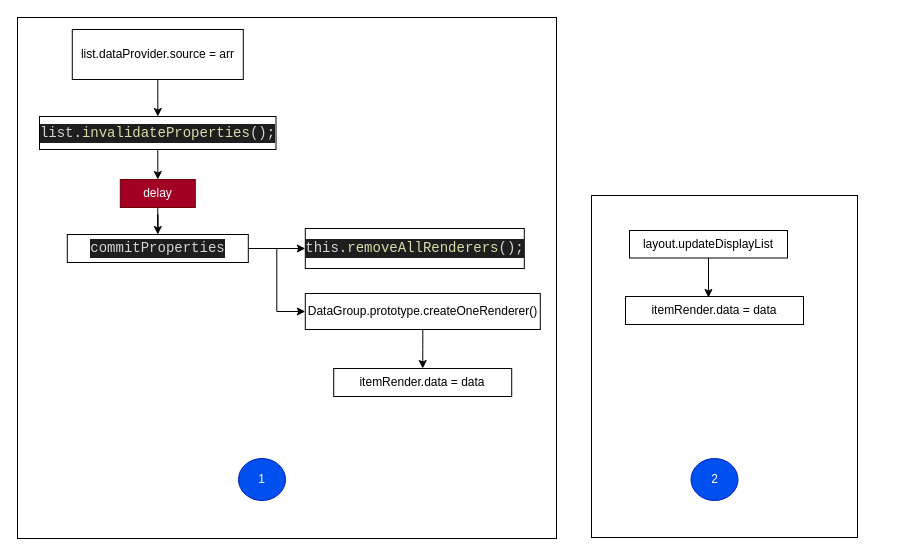
This is page "list.dataProvider.source" (4 of 4) of G123/G123.drawio from breezerzxq/Diagram, a draw.io file, before an edit. Source tidied: cells renumbered, new cells numbered last; positions are measured from the earlier drawing's top-left corner, leaving out a move shared by most shapes. Both pictures are drawn from the tidied source at 100%, with x=0, y=0 at pixel (17, 17).
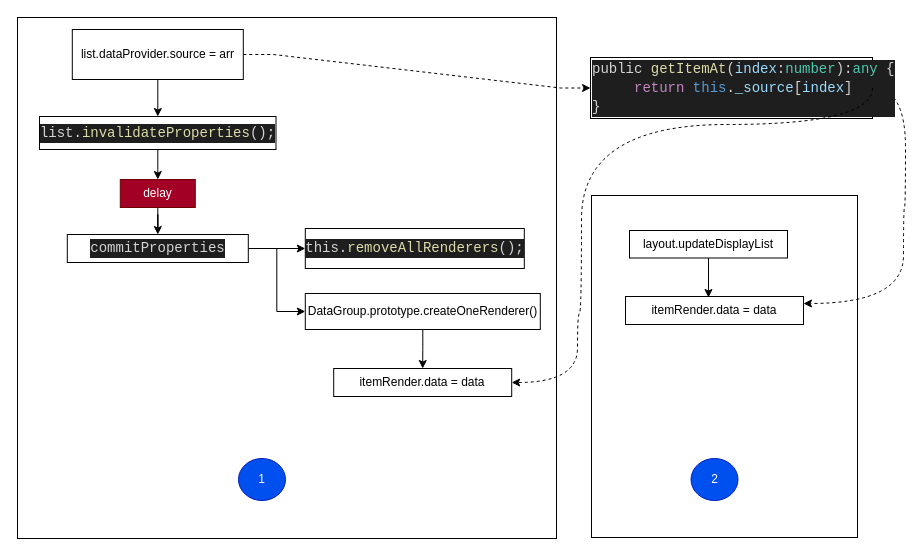
The same page after the edit.

The change refers to these unchanged cells:
```xml
<mxCell id="5" value="list.dataProvider.source = arr" style="html=1;whiteSpace=wrap;" parent="1" vertex="1">
  <mxGeometry x="54.8" y="12" width="171" height="50" as="geometry" />
</mxCell>
<mxCell id="18" value="itemRender.data = data" style="whiteSpace=wrap;html=1;" parent="1" vertex="1">
  <mxGeometry x="608" y="279" width="178" height="28" as="geometry" />
</mxCell>
<mxCell id="19" value="itemRender.data = data" style="whiteSpace=wrap;html=1;" parent="1" vertex="1">
  <mxGeometry x="316.2" y="351" width="178" height="28" as="geometry" />
</mxCell>
```

The edit, as a diff of the source:
```diff
@@
+    <mxCell id="24" style="edgeStyle=entityRelationEdgeStyle;rounded=0;jettySize=auto;html=1;dashed=1;" parent="1" edge="1" source="5" target="26">
+      <mxGeometry relative="1" as="geometry" />
+    </mxCell>
@@
+    <mxCell id="25" style="edgeStyle=orthogonalEdgeStyle;rounded=0;jettySize=auto;html=1;entryX=1;entryY=0.25;entryDx=0;entryDy=0;dashed=1;curved=1;" parent="1" edge="1" source="26" target="18">
+      <mxGeometry relative="1" as="geometry">
+        <Array as="points">
+          <mxPoint x="888" y="71" />
+          <mxPoint x="888" y="190" />
+          <mxPoint x="886" y="190" />
+          <mxPoint x="886" y="286" />
+        </Array>
+      </mxGeometry>
+    </mxCell>
+    <mxCell id="26" value="&lt;div style=&quot;color: rgb(212, 212, 212); background-color: rgb(30, 30, 30); font-family: Consolas, &amp;quot;Courier New&amp;quot;, monospace; font-size: 14px; line-height: 19px;&quot;&gt;&lt;div&gt;public&amp;nbsp;&lt;span style=&quot;color: #dcdcaa;&quot;&gt;getItemAt&lt;/span&gt;(&lt;span style=&quot;color: #9cdcfe;&quot;&gt;index&lt;/span&gt;:&lt;span style=&quot;color: #4ec9b0;&quot;&gt;number&lt;/span&gt;):&lt;span style=&quot;color: #4ec9b0;&quot;&gt;any&lt;/span&gt;&amp;nbsp;{&lt;/div&gt;&lt;div&gt;&amp;nbsp;&amp;nbsp;&amp;nbsp;&amp;nbsp;&amp;nbsp;&lt;span style=&quot;color: #c586c0;&quot;&gt;return&lt;/span&gt;&amp;nbsp;&lt;span style=&quot;color: #569cd6;&quot;&gt;this&lt;/span&gt;.&lt;span style=&quot;color: #9cdcfe;&quot;&gt;_source&lt;/span&gt;[&lt;span style=&quot;color: #9cdcfe;&quot;&gt;index&lt;/span&gt;]&lt;/div&gt;&lt;div&gt;}&lt;/div&gt;&lt;/div&gt;" style="whiteSpace=wrap;html=1;align=left;" parent="1" vertex="1">
+      <mxGeometry x="573" y="40" width="282" height="61" as="geometry" />
+    </mxCell>
+    <mxCell id="27" style="edgeStyle=orthogonalEdgeStyle;rounded=0;jettySize=auto;html=1;entryX=1;entryY=0.5;entryDx=0;entryDy=0;dashed=1;curved=1;exitX=1;exitY=0.5;exitDx=0;exitDy=0;" parent="1" edge="1" source="26" target="19">
+      <mxGeometry relative="1" as="geometry">
+        <Array as="points">
+          <mxPoint x="855" y="107" />
+          <mxPoint x="564" y="107" />
+          <mxPoint x="564" y="296" />
+          <mxPoint x="560" y="296" />
+          <mxPoint x="560" y="365" />
+        </Array>
+      </mxGeometry>
+    </mxCell>
```
